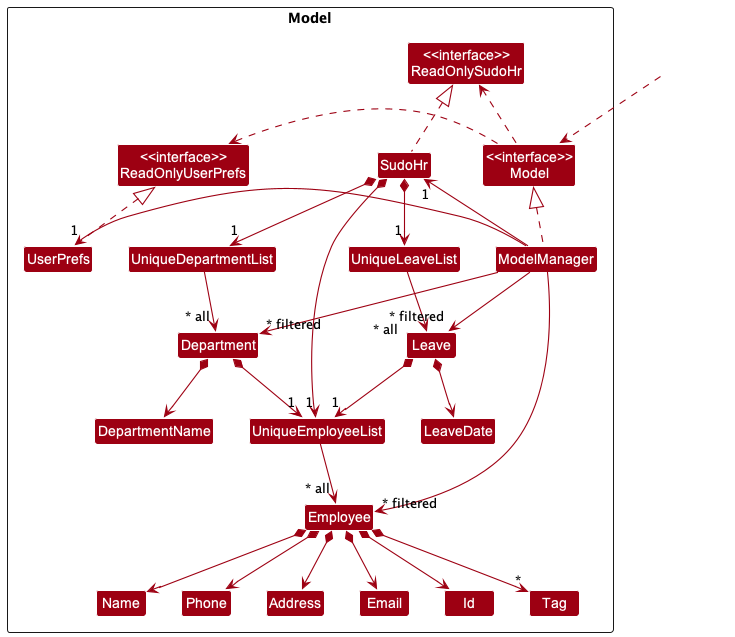
The PlantUML diagram docs/images/ModelClassDiagram.png in nus-cs2103-AY2223S2/tp, before a commit.
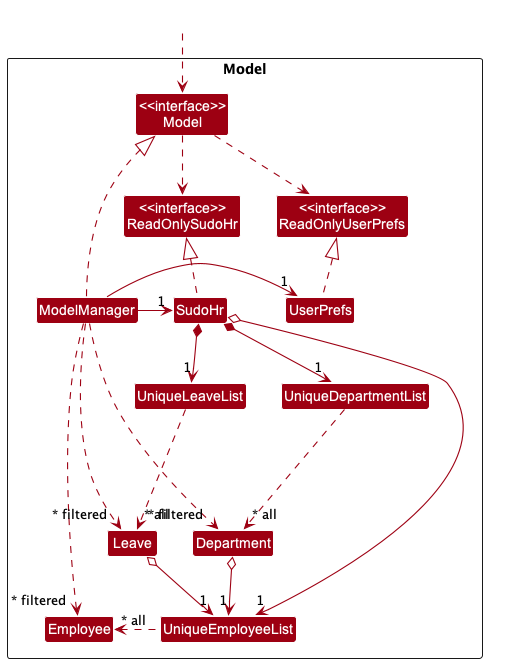
The same diagram one commit later.

Commit message:
Simplify class diagram

What changed in the source:
```diff
@@ -13,21 +13,13 @@
 Class UserPrefs
 
 Class UniqueEmployeeList
-Class Id
 Class Employee
-Class Address
-Class Email
-Class Name
-Class Phone
-Class Tag
 
 Class UniqueDepartmentList
 Class Department
-Class DepartmentName
 
 Class UniqueLeaveList
 Class Leave
-Class LeaveDate
 }
 
 Class HiddenOutside #FFFFFF
@@ -36,37 +28,25 @@
 SudoHr .up.|> ReadOnlySudoHr
 
 ModelManager .up.|> Model
-Model .right.> ReadOnlyUserPrefs
-Model .left.> ReadOnlySudoHr
+Model .down.> ReadOnlyUserPrefs
+Model .down.> ReadOnlySudoHr
 ModelManager -left-> "1" SudoHr
 ModelManager -right-> "1" UserPrefs
 UserPrefs .up.|> ReadOnlyUserPrefs
 
-SudoHr *--> "1" UniqueEmployeeList
-SudoHr *--> "1" UniqueDepartmentList
-SudoHr *--> "1" UniqueLeaveList
+SudoHr o-down-> "1" UniqueEmployeeList
+SudoHr *-down-> "1" UniqueDepartmentList
+SudoHr *-down-> "1" UniqueLeaveList
 
-UniqueEmployeeList --> "~* all" Employee
-Employee *--> Id
-Employee *--> Name
-Employee *--> Phone
-Employee *--> Email
-Employee *--> Address
-Employee *--> "*" Tag
+UniqueEmployeeList .left--> "~* all" Employee
 
-UniqueDepartmentList --> "~* all" Department
-Department *--> DepartmentName
-Department *-->"1"UniqueEmployeeList
+UniqueDepartmentList .down--> "~* all" Department
+Department o-down->"1"UniqueEmployeeList
 
-UniqueLeaveList --> "~* all" Leave
-Leave *--> LeaveDate
-Leave *--> "1"UniqueEmployeeList
+UniqueLeaveList .down--> "~* all" Leave
+Leave o-down-> "1"UniqueEmployeeList
 
-Name -[hidden]right-> Phone
-Phone -[hidden]right-> Address
-Address -[hidden]right-> Email
-
-ModelManager -->"~* filtered" Employee
-ModelManager -->"~* filtered" Department
-ModelManager -->"~* filtered" Leave
+ModelManager .down.-->"~* filtered" Employee
+ModelManager .down.-->"~* filtered" Department
+ModelManager .down.-->"~* filtered" Leave
 @enduml
```
